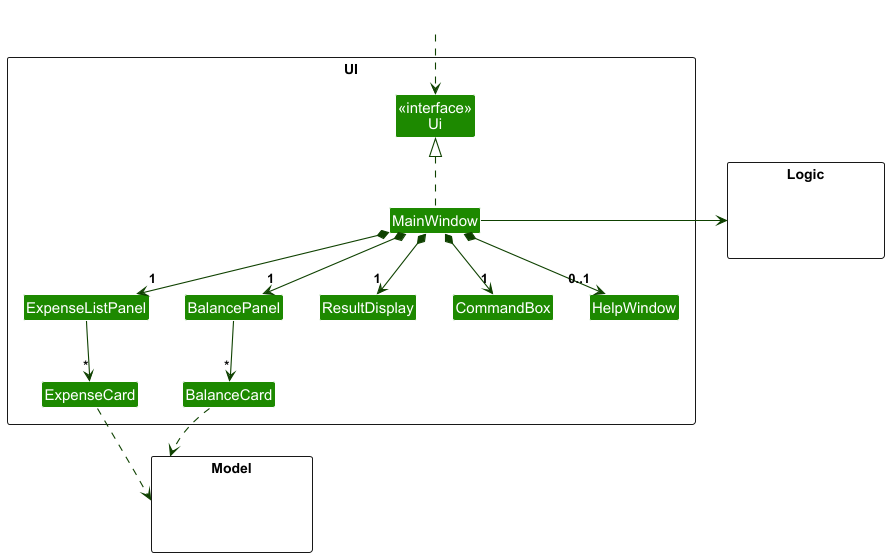
Earlier version of the PlantUML export docs/architecture/UiClassDiagram.png (IV-pratibha-0912/tp).
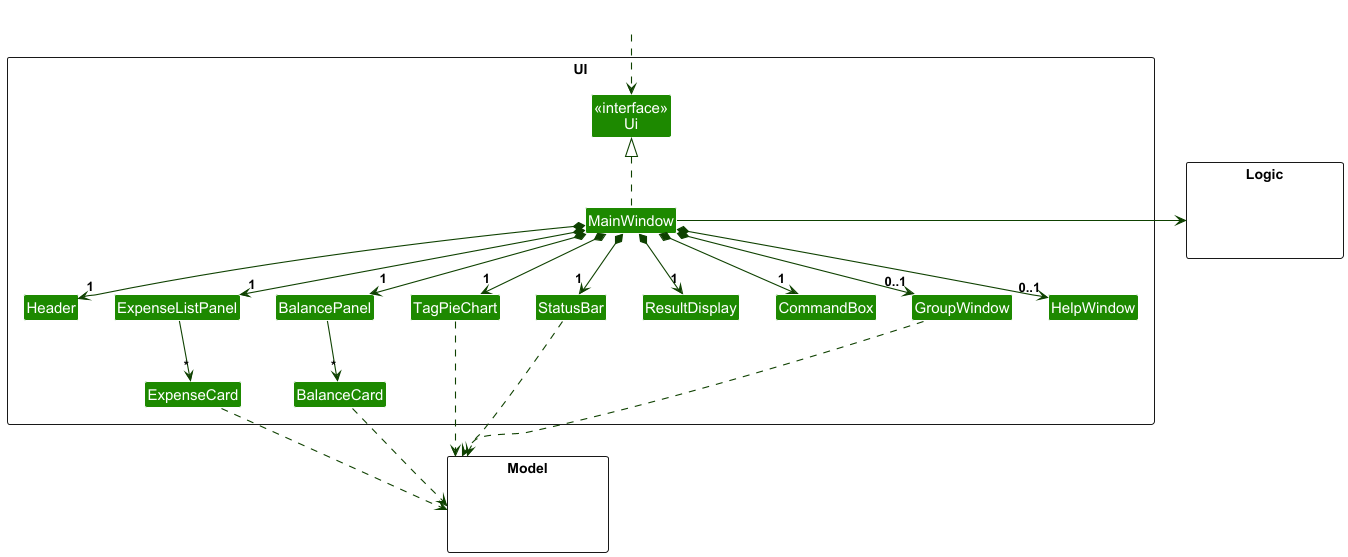
After the change.

Diff of the diagram source:
```diff
@@ -7,10 +7,14 @@
 package UI <<Rectangle>>{
     Class "<<interface>>\nUi" as Ui
     Class MainWindow
+    Class Header
     Class ExpenseListPanel
     Class ExpenseCard
     Class BalancePanel
     Class BalanceCard
+    Class TagPieChart
+    Class StatusBar
+    Class GroupWindow
     Class ResultDisplay
     Class CommandBox
     Class HelpWindow
@@ -29,22 +33,32 @@
 
 MainWindow .up.|> Ui
 
+MainWindow *-down-> "1" Header
 MainWindow *-down-> "1" ExpenseListPanel
 MainWindow *-down-> "1" BalancePanel
+MainWindow *-down-> "1" TagPieChart
+MainWindow *-down-> "1" StatusBar
 MainWindow *-down-> "1" ResultDisplay
 MainWindow *-down-> "1" CommandBox
 MainWindow *-down-> "0..1" HelpWindow
+MainWindow *-down-> "0..1" GroupWindow
 
 ExpenseListPanel -down-> "*" ExpenseCard
 BalancePanel -down-> "*" BalanceCard
 
 ExpenseCard ..> Model
 BalanceCard ..> Model
+TagPieChart ..> Model
+StatusBar ..> Model
+GroupWindow ..> Model
 
 MainWindow -right-> Logic
 
+Header -[hidden]right- ExpenseListPanel
 ExpenseListPanel -[hidden]right- BalancePanel
-BalancePanel -[hidden]right- ResultDisplay
+BalancePanel -[hidden]right- TagPieChart
+TagPieChart -[hidden]right- StatusBar
+StatusBar -[hidden]right- ResultDisplay
 ResultDisplay -[hidden]right- CommandBox
 
 @enduml
```
